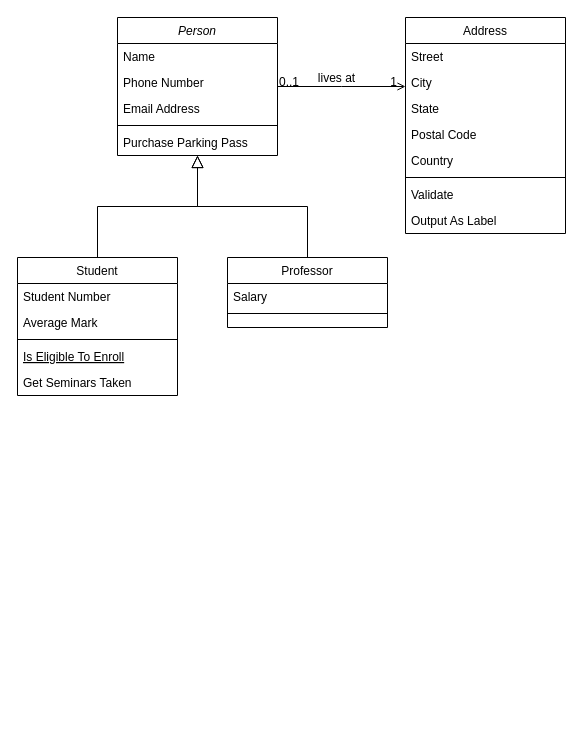
Earlier version of the draw.io diagram class-diagram-perpus-digital.drawio (Agnianjelita/Tefa). Source tidied: cells renumbered, new cells numbered last; positions are measured from the earlier drawing's top-left corner, leaving out a move shared by most shapes. Both pictures are drawn from the tidied source at 100%, with x=0, y=0 at pixel (17, 17).
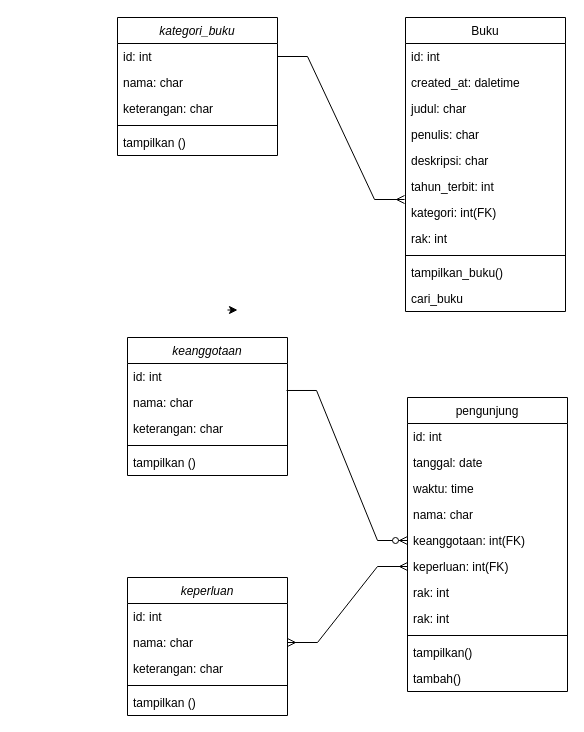
Above is the later version.

Change to the diagram source:
```diff
@@
-    <mxCell id="2" value="Person" style="swimlane;fontStyle=2;align=center;verticalAlign=top;horizontal=1;startSize=26;rounded=0;shadow=0;strokeWidth=1;" parent="1" vertex="1">
+    <mxCell id="2" value="kategori_buku" style="swimlane;fontStyle=2;align=center;verticalAlign=top;horizontal=1;startSize=26;rounded=0;shadow=0;strokeWidth=1;" parent="1" vertex="1">
       <mxGeometry x="100" width="160" height="138" as="geometry" />
     </mxCell>
-    <mxCell id="3" value="Name" style="text;align=left;verticalAlign=top;spacingLeft=4;spacingRight=4;overflow=hidden;points=[[0,0.5],[1,0.5]];portConstraint=eastwest;" parent="2" vertex="1">
+    <mxCell id="3" value="id: int" style="text;align=left;verticalAlign=top;spacingLeft=4;spacingRight=4;overflow=hidden;points=[[0,0.5],[1,0.5]];portConstraint=eastwest;" parent="2" vertex="1">
       <mxGeometry y="26" width="160" height="26" as="geometry" />
     </mxCell>
-    <mxCell id="4" value="Phone Number" style="text;align=left;verticalAlign=top;spacingLeft=4;spacingRight=4;overflow=hidden;rounded=0;shadow=0;html=0;" parent="2" vertex="1">
+    <mxCell id="4" value="nama: char" style="text;align=left;verticalAlign=top;spacingLeft=4;spacingRight=4;overflow=hidden;rounded=0;shadow=0;html=0;" parent="2" vertex="1">
       <mxGeometry y="52" width="160" height="26" as="geometry" />
     </mxCell>
-    <mxCell id="5" value="Email Address" style="text;align=left;verticalAlign=top;spacingLeft=4;spacingRight=4;overflow=hidden;rounded=0;shadow=0;html=0;" parent="2" vertex="1">
+    <mxCell id="5" value="keterangan: char" style="text;align=left;verticalAlign=top;spacingLeft=4;spacingRight=4;overflow=hidden;rounded=0;shadow=0;html=0;" parent="2" vertex="1">
       <mxGeometry y="78" width="160" height="26" as="geometry" />
     </mxCell>
@@
-    <mxCell id="7" value="Purchase Parking Pass" style="text;align=left;verticalAlign=top;spacingLeft=4;spacingRight=4;overflow=hidden;" parent="2" vertex="1">
+    <mxCell id="7" value="tampilkan ()" style="text;align=left;verticalAlign=top;spacingLeft=4;spacingRight=4;overflow=hidden;" parent="2" vertex="1">
       <mxGeometry y="112" width="160" height="26" as="geometry" />
     </mxCell>
-    <mxCell id="8" value="Student" style="swimlane;fontStyle=0;align=center;verticalAlign=top;horizontal=1;startSize=26;rounded=0;shadow=0;strokeWidth=1;" parent="1" vertex="1">
-      <mxGeometry y="240" width="160" height="138" as="geometry" />
-    </mxCell>
-    <mxCell id="9" value="Student Number" style="text;align=left;verticalAlign=top;spacingLeft=4;spacingRight=4;overflow=hidden;" parent="8" vertex="1">
-      <mxGeometry y="26" width="160" height="26" as="geometry" />
-    </mxCell>
-    <mxCell id="10" value="Average Mark" style="text;align=left;verticalAlign=top;spacingLeft=4;spacingRight=4;overflow=hidden;rounded=0;shadow=0;html=0;" parent="8" vertex="1">
-      <mxGeometry y="52" width="160" height="26" as="geometry" />
-    </mxCell>
-    <mxCell id="11" style="line;html=1;strokeWidth=1;align=left;verticalAlign=middle;spacingTop=-1;spacingLeft=3;spacingRight=3;labelPosition=right;" parent="8" vertex="1">
-      <mxGeometry y="78" width="160" height="8" as="geometry" />
-    </mxCell>
-    <mxCell id="12" value="Is Eligible To Enroll" style="text;align=left;verticalAlign=top;spacingLeft=4;spacingRight=4;overflow=hidden;fontStyle=4;" parent="8" vertex="1">
-      <mxGeometry y="86" width="160" height="26" as="geometry" />
-    </mxCell>
-    <mxCell id="13" value="Get Seminars Taken" style="text;align=left;verticalAlign=top;spacingLeft=4;spacingRight=4;overflow=hidden;" parent="8" vertex="1">
-      <mxGeometry y="112" width="160" height="26" as="geometry" />
-    </mxCell>
-    <mxCell id="14" style="endArrow=block;endSize=10;endFill=0;shadow=0;strokeWidth=1;rounded=0;edgeStyle=elbowEdgeStyle;elbow=vertical;" parent="1" edge="1" source="8" target="2">
-      <mxGeometry relative="1" as="geometry" />
-    </mxCell>
-    <mxCell id="15" value="Professor" style="swimlane;fontStyle=0;align=center;verticalAlign=top;horizontal=1;startSize=26;rounded=0;shadow=0;strokeWidth=1;" parent="1" vertex="1">
-      <mxGeometry x="210" y="240" width="160" height="70" as="geometry" />
-    </mxCell>
-    <mxCell id="16" value="Salary" style="text;align=left;verticalAlign=top;spacingLeft=4;spacingRight=4;overflow=hidden;" parent="15" vertex="1">
-      <mxGeometry y="26" width="160" height="26" as="geometry" />
-    </mxCell>
-    <mxCell id="17" style="line;html=1;strokeWidth=1;align=left;verticalAlign=middle;spacingTop=-1;spacingLeft=3;spacingRight=3;labelPosition=right;" parent="15" vertex="1">
-      <mxGeometry y="52" width="160" height="8" as="geometry" />
-    </mxCell>
-    <mxCell id="18" style="endArrow=block;endSize=10;endFill=0;shadow=0;strokeWidth=1;rounded=0;edgeStyle=elbowEdgeStyle;elbow=vertical;" parent="1" edge="1" source="15" target="2">
-      <mxGeometry relative="1" as="geometry" />
-    </mxCell>
+    <mxCell id="32" style="edgeStyle=orthogonalEdgeStyle;rounded=0;orthogonalLoop=1;jettySize=auto;html=1;exitX=0;exitY=0.75;exitDx=0;exitDy=0;" parent="1" edge="1">
+      <mxGeometry relative="1" as="geometry">
+        <mxPoint x="210" y="292.5" as="sourcePoint" />
+        <mxPoint x="220" y="293" as="targetPoint" />
+      </mxGeometry>
+    </mxCell>
-    <mxCell id="19" value="Address" style="swimlane;fontStyle=0;align=center;verticalAlign=top;horizontal=1;startSize=26;rounded=0;shadow=0;strokeWidth=1;" parent="1" vertex="1">
-      <mxGeometry x="388" width="160" height="216" as="geometry" />
+    <mxCell id="19" value="Buku" style="swimlane;fontStyle=0;align=center;verticalAlign=top;horizontal=1;startSize=26;rounded=0;shadow=0;strokeWidth=1;" parent="1" vertex="1">
+      <mxGeometry x="388" width="160" height="294" as="geometry" />
     </mxCell>
-    <mxCell id="20" value="Street" style="text;align=left;verticalAlign=top;spacingLeft=4;spacingRight=4;overflow=hidden;" parent="19" vertex="1">
+    <mxCell id="20" value="id: int" style="text;align=left;verticalAlign=top;spacingLeft=4;spacingRight=4;overflow=hidden;" parent="19" vertex="1">
       <mxGeometry y="26" width="160" height="26" as="geometry" />
     </mxCell>
-    <mxCell id="21" value="City" style="text;align=left;verticalAlign=top;spacingLeft=4;spacingRight=4;overflow=hidden;rounded=0;shadow=0;html=0;" parent="19" vertex="1">
+    <mxCell id="21" value="created_at: daletime" style="text;align=left;verticalAlign=top;spacingLeft=4;spacingRight=4;overflow=hidden;rounded=0;shadow=0;html=0;" parent="19" vertex="1">
       <mxGeometry y="52" width="160" height="26" as="geometry" />
     </mxCell>
-    <mxCell id="22" value="State" style="text;align=left;verticalAlign=top;spacingLeft=4;spacingRight=4;overflow=hidden;rounded=0;shadow=0;html=0;" parent="19" vertex="1">
+    <mxCell id="22" value="judul: char" style="text;align=left;verticalAlign=top;spacingLeft=4;spacingRight=4;overflow=hidden;rounded=0;shadow=0;html=0;" parent="19" vertex="1">
       <mxGeometry y="78" width="160" height="26" as="geometry" />
     </mxCell>
-    <mxCell id="23" value="Postal Code" style="text;align=left;verticalAlign=top;spacingLeft=4;spacingRight=4;overflow=hidden;rounded=0;shadow=0;html=0;" parent="19" vertex="1">
+    <mxCell id="23" value="penulis: char" style="text;align=left;verticalAlign=top;spacingLeft=4;spacingRight=4;overflow=hidden;rounded=0;shadow=0;html=0;" parent="19" vertex="1">
       <mxGeometry y="104" width="160" height="26" as="geometry" />
     </mxCell>
-    <mxCell id="24" value="Country" style="text;align=left;verticalAlign=top;spacingLeft=4;spacingRight=4;overflow=hidden;rounded=0;shadow=0;html=0;" parent="19" vertex="1">
+    <mxCell id="24" value="deskripsi: char" style="text;align=left;verticalAlign=top;spacingLeft=4;spacingRight=4;overflow=hidden;rounded=0;shadow=0;html=0;" parent="19" vertex="1">
       <mxGeometry y="130" width="160" height="26" as="geometry" />
     </mxCell>
+    <mxCell id="33" value="tahun_terbit: int" style="text;align=left;verticalAlign=top;spacingLeft=4;spacingRight=4;overflow=hidden;rounded=0;shadow=0;html=0;" parent="19" vertex="1">
+      <mxGeometry y="156" width="160" height="26" as="geometry" />
+    </mxCell>
+    <mxCell id="34" value="kategori: int(FK)" style="text;align=left;verticalAlign=top;spacingLeft=4;spacingRight=4;overflow=hidden;points=[[0,0.5],[1,0.5]];portConstraint=eastwest;rounded=0;shadow=0;html=0;" parent="19" vertex="1">
+      <mxGeometry y="182" width="160" height="26" as="geometry" />
+    </mxCell>
+    <mxCell id="35" value="rak: int" style="text;align=left;verticalAlign=top;spacingLeft=4;spacingRight=4;overflow=hidden;rounded=0;shadow=0;html=0;" parent="19" vertex="1">
+      <mxGeometry y="208" width="160" height="26" as="geometry" />
+    </mxCell>
     <mxCell id="25" style="line;html=1;strokeWidth=1;align=left;verticalAlign=middle;spacingTop=-1;spacingLeft=3;spacingRight=3;labelPosition=right;" parent="19" vertex="1">
-      <mxGeometry y="156" width="160" height="8" as="geometry" />
+      <mxGeometry y="234" width="160" height="8" as="geometry" />
     </mxCell>
-    <mxCell id="26" value="Validate" style="text;align=left;verticalAlign=top;spacingLeft=4;spacingRight=4;overflow=hidden;" parent="19" vertex="1">
-      <mxGeometry y="164" width="160" height="26" as="geometry" />
+    <mxCell id="26" value="tampilkan_buku()" style="text;align=left;verticalAlign=top;spacingLeft=4;spacingRight=4;overflow=hidden;" parent="19" vertex="1">
+      <mxGeometry y="242" width="160" height="26" as="geometry" />
     </mxCell>
-    <mxCell id="27" value="Output As Label" style="text;align=left;verticalAlign=top;spacingLeft=4;spacingRight=4;overflow=hidden;" parent="19" vertex="1">
-      <mxGeometry y="190" width="160" height="26" as="geometry" />
+    <mxCell id="27" value="cari_buku" style="text;align=left;verticalAlign=top;spacingLeft=4;spacingRight=4;overflow=hidden;" parent="19" vertex="1">
+      <mxGeometry y="268" width="160" height="26" as="geometry" />
     </mxCell>
-    <mxCell id="28" style="endArrow=open;shadow=0;strokeWidth=1;rounded=0;endFill=1;edgeStyle=elbowEdgeStyle;elbow=vertical;" parent="1" edge="1" source="2" target="19">
-      <mxGeometry x="0.5" y="41" relative="1" as="geometry">
-        <mxPoint x="-40" y="32" as="offset" />
-      </mxGeometry>
-    </mxCell>
-    <mxCell id="29" value="0..1" style="align=left;verticalAlign=bottom;labelBackgroundColor=none;fontSize=12;" parent="28" vertex="1">
-      <mxGeometry x="-1" relative="1" as="geometry">
-        <mxPoint y="4" as="offset" />
-      </mxGeometry>
-    </mxCell>
-    <mxCell id="30" value="1" style="align=right;verticalAlign=bottom;labelBackgroundColor=none;fontSize=12;" parent="28" vertex="1">
-      <mxGeometry x="1" relative="1" as="geometry">
-        <mxPoint x="-7" y="4" as="offset" />
-      </mxGeometry>
-    </mxCell>
-    <mxCell id="31" value="lives at" style="text;html=1;align=center;verticalAlign=middle;labelBackgroundColor=none;rounded=0;shadow=0;strokeWidth=1;fontSize=12;" parent="28" vertex="1">
-      <mxGeometry x="0.5" y="49" relative="1" as="geometry">
-        <mxPoint x="-38" y="40" as="offset" />
-      </mxGeometry>
-    </mxCell>
+    <mxCell id="36" value="keanggotaan" style="swimlane;fontStyle=2;align=center;verticalAlign=top;horizontal=1;startSize=26;rounded=0;shadow=0;strokeWidth=1;" parent="1" vertex="1">
+      <mxGeometry x="110" y="320" width="160" height="138" as="geometry" />
+    </mxCell>
+    <mxCell id="37" value="id: int" style="text;align=left;verticalAlign=top;spacingLeft=4;spacingRight=4;overflow=hidden;" parent="36" vertex="1">
+      <mxGeometry y="26" width="160" height="26" as="geometry" />
+    </mxCell>
+    <mxCell id="38" value="nama: char" style="text;align=left;verticalAlign=top;spacingLeft=4;spacingRight=4;overflow=hidden;points=[[0,0.5],[1,0.5]];portConstraint=eastwest;rounded=0;shadow=0;html=0;" parent="36" vertex="1">
+      <mxGeometry y="52" width="160" height="26" as="geometry" />
+    </mxCell>
+    <mxCell id="39" value="keterangan: char" style="text;align=left;verticalAlign=top;spacingLeft=4;spacingRight=4;overflow=hidden;rounded=0;shadow=0;html=0;" parent="36" vertex="1">
+      <mxGeometry y="78" width="160" height="26" as="geometry" />
+    </mxCell>
+    <mxCell id="40" style="line;html=1;strokeWidth=1;align=left;verticalAlign=middle;spacingTop=-1;spacingLeft=3;spacingRight=3;labelPosition=right;" parent="36" vertex="1">
+      <mxGeometry y="104" width="160" height="8" as="geometry" />
+    </mxCell>
+    <mxCell id="41" value="tampilkan ()" style="text;align=left;verticalAlign=top;spacingLeft=4;spacingRight=4;overflow=hidden;" parent="36" vertex="1">
+      <mxGeometry y="112" width="160" height="26" as="geometry" />
+    </mxCell>
+    <mxCell id="42" value="pengunjung" style="swimlane;fontStyle=0;align=center;verticalAlign=top;horizontal=1;startSize=26;rounded=0;shadow=0;strokeWidth=1;" parent="1" vertex="1">
+      <mxGeometry x="390" y="380" width="160" height="294" as="geometry" />
+    </mxCell>
+    <mxCell id="43" value="id: int" style="text;align=left;verticalAlign=top;spacingLeft=4;spacingRight=4;overflow=hidden;" parent="42" vertex="1">
+      <mxGeometry y="26" width="160" height="26" as="geometry" />
+    </mxCell>
+    <mxCell id="44" value="tanggal: date" style="text;align=left;verticalAlign=top;spacingLeft=4;spacingRight=4;overflow=hidden;rounded=0;shadow=0;html=0;" parent="42" vertex="1">
+      <mxGeometry y="52" width="160" height="26" as="geometry" />
+    </mxCell>
+    <mxCell id="45" value="waktu: time" style="text;align=left;verticalAlign=top;spacingLeft=4;spacingRight=4;overflow=hidden;rounded=0;shadow=0;html=0;" parent="42" vertex="1">
+      <mxGeometry y="78" width="160" height="26" as="geometry" />
+    </mxCell>
+    <mxCell id="46" value="nama: char" style="text;align=left;verticalAlign=top;spacingLeft=4;spacingRight=4;overflow=hidden;rounded=0;shadow=0;html=0;" parent="42" vertex="1">
+      <mxGeometry y="104" width="160" height="26" as="geometry" />
+    </mxCell>
+    <mxCell id="47" value="keanggotaan: int(FK)" style="text;align=left;verticalAlign=top;spacingLeft=4;spacingRight=4;overflow=hidden;points=[[0,0.5],[1,0.5]];portConstraint=eastwest;rounded=0;shadow=0;html=0;" parent="42" vertex="1">
+      <mxGeometry y="130" width="160" height="26" as="geometry" />
+    </mxCell>
+    <mxCell id="48" value="keperluan: int(FK)" style="text;align=left;verticalAlign=top;spacingLeft=4;spacingRight=4;overflow=hidden;points=[[0,0.5],[1,0.5]];portConstraint=eastwest;rounded=0;shadow=0;html=0;" parent="42" vertex="1">
+      <mxGeometry y="156" width="160" height="26" as="geometry" />
+    </mxCell>
+    <mxCell id="49" value="rak: int" style="text;align=left;verticalAlign=top;spacingLeft=4;spacingRight=4;overflow=hidden;rounded=0;shadow=0;html=0;" parent="42" vertex="1">
+      <mxGeometry y="182" width="160" height="26" as="geometry" />
+    </mxCell>
+    <mxCell id="50" value="rak: int" style="text;align=left;verticalAlign=top;spacingLeft=4;spacingRight=4;overflow=hidden;rounded=0;shadow=0;html=0;" parent="42" vertex="1">
+      <mxGeometry y="208" width="160" height="26" as="geometry" />
+    </mxCell>
+    <mxCell id="51" style="line;html=1;strokeWidth=1;align=left;verticalAlign=middle;spacingTop=-1;spacingLeft=3;spacingRight=3;labelPosition=right;" parent="42" vertex="1">
+      <mxGeometry y="234" width="160" height="8" as="geometry" />
+    </mxCell>
+    <mxCell id="52" value="tampilkan()" style="text;align=left;verticalAlign=top;spacingLeft=4;spacingRight=4;overflow=hidden;" parent="42" vertex="1">
+      <mxGeometry y="242" width="160" height="26" as="geometry" />
+    </mxCell>
+    <mxCell id="53" value="tambah()" style="text;align=left;verticalAlign=top;spacingLeft=4;spacingRight=4;overflow=hidden;" parent="42" vertex="1">
+      <mxGeometry y="268" width="160" height="26" as="geometry" />
+    </mxCell>
+    <mxCell id="54" value="keperluan" style="swimlane;fontStyle=2;align=center;verticalAlign=top;horizontal=1;startSize=26;rounded=0;shadow=0;strokeWidth=1;" parent="1" vertex="1">
+      <mxGeometry x="110" y="560" width="160" height="138" as="geometry" />
+    </mxCell>
+    <mxCell id="55" value="id: int" style="text;align=left;verticalAlign=top;spacingLeft=4;spacingRight=4;overflow=hidden;" parent="54" vertex="1">
+      <mxGeometry y="26" width="160" height="26" as="geometry" />
+    </mxCell>
+    <mxCell id="56" value="nama: char" style="text;align=left;verticalAlign=top;spacingLeft=4;spacingRight=4;overflow=hidden;points=[[0,0.5],[1,0.5]];portConstraint=eastwest;rounded=0;shadow=0;html=0;" parent="54" vertex="1">
+      <mxGeometry y="52" width="160" height="26" as="geometry" />
+    </mxCell>
+    <mxCell id="57" value="keterangan: char" style="text;align=left;verticalAlign=top;spacingLeft=4;spacingRight=4;overflow=hidden;rounded=0;shadow=0;html=0;" parent="54" vertex="1">
+      <mxGeometry y="78" width="160" height="26" as="geometry" />
+    </mxCell>
+    <mxCell id="58" style="line;html=1;strokeWidth=1;align=left;verticalAlign=middle;spacingTop=-1;spacingLeft=3;spacingRight=3;labelPosition=right;" parent="54" vertex="1">
+      <mxGeometry y="104" width="160" height="8" as="geometry" />
+    </mxCell>
+    <mxCell id="59" value="tampilkan ()" style="text;align=left;verticalAlign=top;spacingLeft=4;spacingRight=4;overflow=hidden;" parent="54" vertex="1">
+      <mxGeometry y="112" width="160" height="26" as="geometry" />
+    </mxCell>
+    <mxCell id="60" style="edgeStyle=entityRelationEdgeStyle;fontSize=12;html=1;endArrow=ERmany;rounded=0;exitX=1;exitY=0.5;exitDx=0;exitDy=0;entryX=-0.006;entryY=0;entryDx=0;entryDy=0;entryPerimeter=0;" parent="1" edge="1" source="3" target="34">
+      <mxGeometry relative="1" as="geometry" />
+    </mxCell>
+    <mxCell id="61" style="edgeStyle=entityRelationEdgeStyle;fontSize=12;html=1;endArrow=ERzeroToMany;endFill=1;rounded=0;exitX=0.994;exitY=0.038;exitDx=0;exitDy=0;exitPerimeter=0;entryX=0;entryY=0.5;entryDx=0;entryDy=0;" parent="1" edge="1" source="38" target="47">
+      <mxGeometry relative="1" as="geometry" />
+    </mxCell>
+    <mxCell id="62" style="edgeStyle=entityRelationEdgeStyle;fontSize=12;html=1;endArrow=ERmany;startArrow=ERmany;rounded=0;exitX=1;exitY=0.5;exitDx=0;exitDy=0;entryX=0;entryY=0.5;entryDx=0;entryDy=0;" parent="1" edge="1" source="56" target="48">
+      <mxGeometry relative="1" as="geometry" />
+    </mxCell>
```
